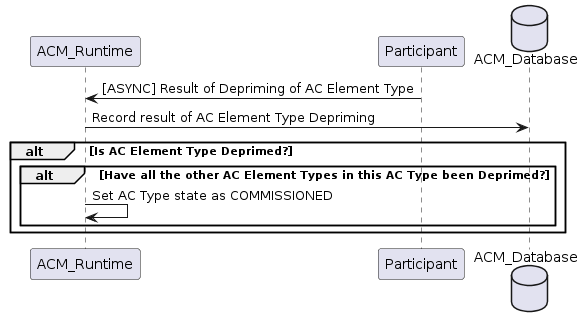
Before: docs/clamp/acm/images/system-dialogues/UpdateDeprimeInDb.png, a diagram exported from PlantUML (onap/policy-parent). Its source is kept beside it as docs/clamp/acm/plantuml/system-dialogues/UpdateDeprimeInDb.puml. Its diagram source:
```plantuml
@startuml
participant ACM_Runtime
participant Participant
database ACM_Database

ACM_Runtime <- Participant: [ASYNC] Result of Depriming of AC Element Type
ACM_Runtime -> ACM_Database: Record result of AC Element Type Depriming

alt Is AC Element Type Deprimed?
 alt Have all the other AC Element Types in this AC Type been Deprimed?
  ACM_Runtime -> ACM_Runtime: Set AC Type state as COMMISSIONED
 end
end

@enduml
```
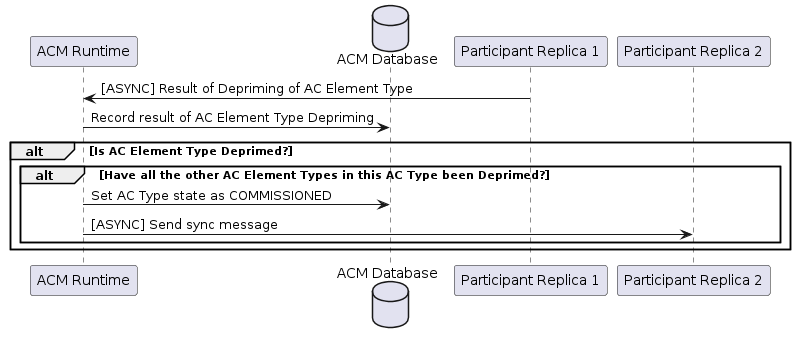
Above is the later version.

Diff of the diagram source:
```diff
@@ -1,14 +1,16 @@
 @startuml
-participant ACM_Runtime
-participant Participant
-database ACM_Database
+participant "ACM Runtime"
+database "ACM Database"
+participant "Participant Replica 1"
+participant "Participant Replica 2"
 
-ACM_Runtime <- Participant: [ASYNC] Result of Depriming of AC Element Type
-ACM_Runtime -> ACM_Database: Record result of AC Element Type Depriming
+"ACM Runtime" <- "Participant Replica 1": [ASYNC] Result of Depriming of AC Element Type
+"ACM Runtime" -> "ACM Database": Record result of AC Element Type Depriming
 
 alt Is AC Element Type Deprimed?
  alt Have all the other AC Element Types in this AC Type been Deprimed?
-  ACM_Runtime -> ACM_Runtime: Set AC Type state as COMMISSIONED
+  "ACM Runtime" -> "ACM Database": Set AC Type state as COMMISSIONED
+  "ACM Runtime" -> "Participant Replica 2": [ASYNC] Send sync message
  end
 end
 
```
